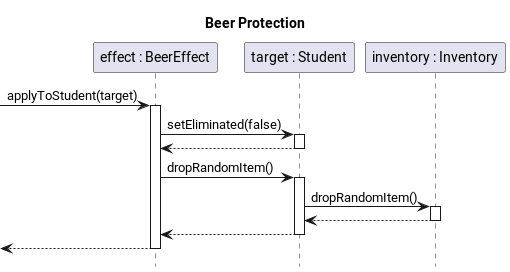
This is docs/img/diagrams/sequence/effect-beer-apply.png from sn4k3ch4rm3r/logarlec, a PlantUML export, as it was before one commit.
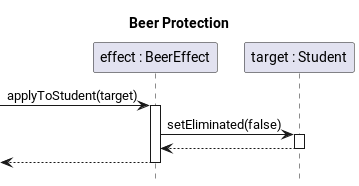
Later version of the same file.

What changed in the source:
```diff
@@ -5,16 +5,10 @@
 
 participant "effect : BeerEffect" as effect
 participant "target : Student" as target
-participant "inventory : Inventory" as inventory
 
 [-> effect ++: applyToStudent(target)
 	effect -> target ++: setEliminated(false)
 	return
-    effect -> target ++: dropRandomItem()
-        target -> inventory ++: dropRandomItem()
-        return
-    return
-
 return
 
 @enduml
```
